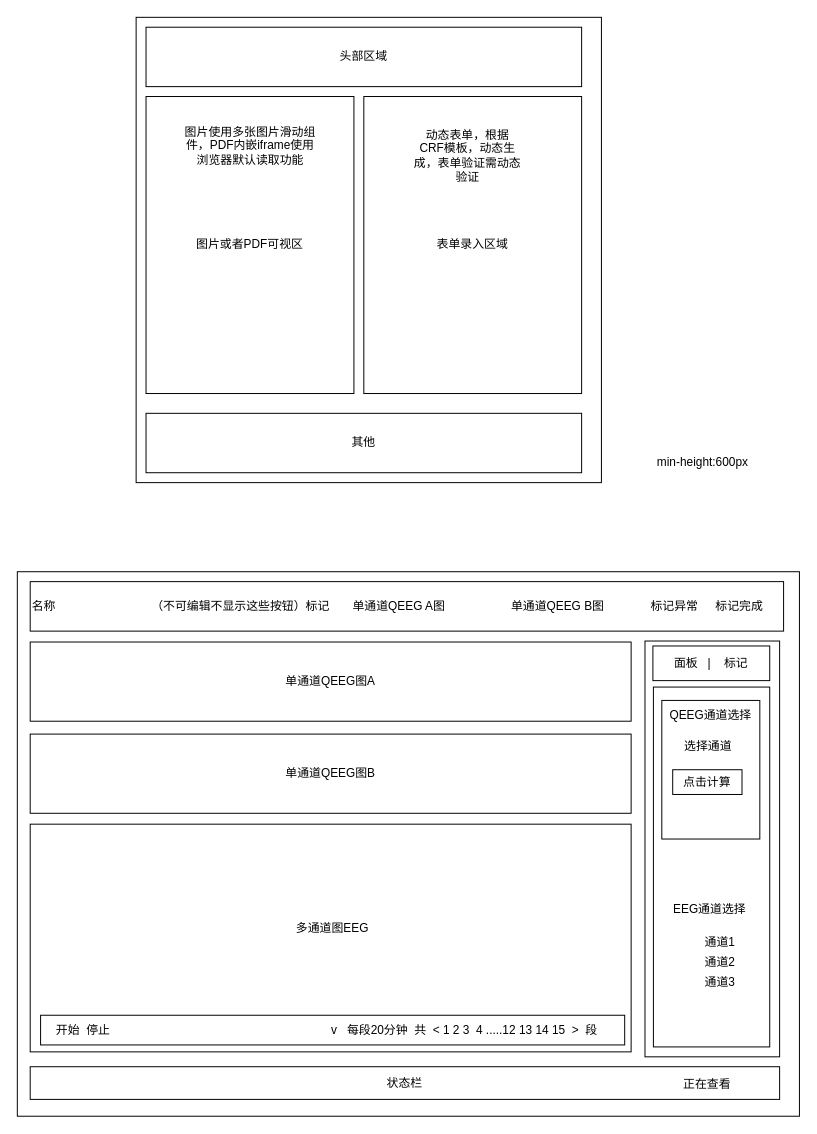
chenweihan/UML keeps this draw.io diagram as save/Untitled Diagram.drawio. Above is the earlier version. Source tidied: cells renumbered, new cells numbered last; positions are measured from the earlier drawing's top-left corner, leaving out a move shared by most shapes. Both pictures are drawn from the tidied source at 99%, with x=0, y=0 at pixel (17, 17).
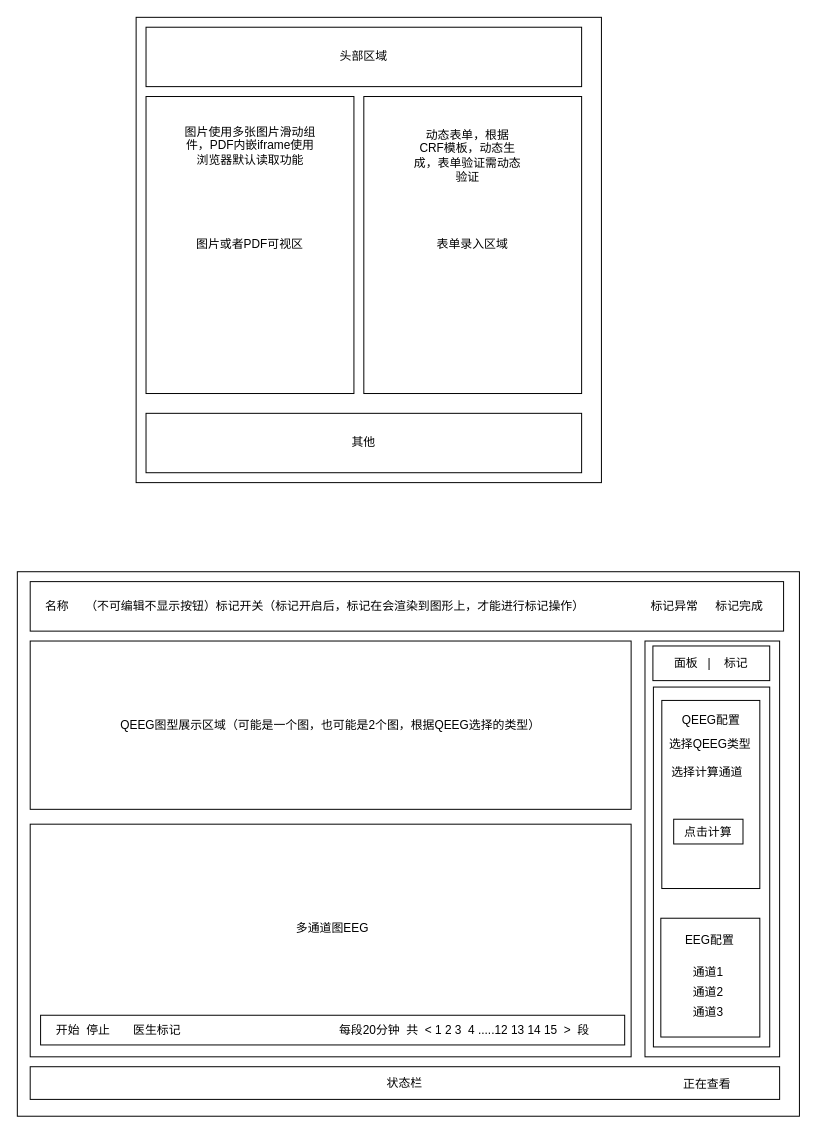
After the change.

The edit, as a diff of the source:
```diff
@@
     <mxCell id="10" style="rounded=0;whiteSpace=wrap;html=1;" parent="1" vertex="1">
-      <mxGeometry x="13" y="815" width="607" height="230" as="geometry" />
+      <mxGeometry x="13" y="815" width="607" height="235" as="geometry" />
     </mxCell>
@@
-    <mxCell id="12" value="单通道QEEG图A" style="rounded=0;whiteSpace=wrap;html=1;" parent="1" vertex="1">
-      <mxGeometry x="13" y="631" width="607" height="80" as="geometry" />
-    </mxCell>
-    <mxCell id="13" value="名称&amp;nbsp; &amp;nbsp; &amp;nbsp; &amp;nbsp; &amp;nbsp; &amp;nbsp; &amp;nbsp; &amp;nbsp; &amp;nbsp; &amp;nbsp; &amp;nbsp; &amp;nbsp; &amp;nbsp; &amp;nbsp; &amp;nbsp;（不可编辑不显示这些按钮）标记&amp;nbsp; &amp;nbsp; &amp;nbsp; &amp;nbsp;单通道QEEG A图&amp;nbsp; &amp;nbsp; &amp;nbsp; &amp;nbsp; &amp;nbsp; &amp;nbsp; &amp;nbsp; &amp;nbsp; &amp;nbsp; &amp;nbsp; 单通道QEEG B图&amp;nbsp;" style="rounded=0;whiteSpace=wrap;html=1;align=left;" parent="1" vertex="1">
+    <mxCell id="13" value="&amp;nbsp; &amp;nbsp; 名称&amp;nbsp; &amp;nbsp; &amp;nbsp;（不可编辑不显示按钮）标记开关（标记开启后，标记在会渲染到图形上，才能进行标记操作）&amp;nbsp; &amp;nbsp; &amp;nbsp; &amp;nbsp; &amp;nbsp; &amp;nbsp; &amp;nbsp; &amp;nbsp; &amp;nbsp; &amp;nbsp; &amp;nbsp;&amp;nbsp;" style="rounded=0;whiteSpace=wrap;html=1;align=left;" parent="1" vertex="1">
       <mxGeometry x="13" y="570" width="761" height="50" as="geometry" />
     </mxCell>
@@
-    <mxCell id="16" value="min-height:600px" style="text;html=1;strokeColor=none;fillColor=none;align=center;verticalAlign=middle;whiteSpace=wrap;rounded=0;" parent="1" vertex="1">
-      <mxGeometry x="634" y="430" width="117" height="40" as="geometry" />
-    </mxCell>
@@
-    <mxCell id="19" value="单通道QEEG图B" style="rounded=0;whiteSpace=wrap;html=1;" parent="1" vertex="1">
-      <mxGeometry x="13" y="724" width="607" height="80" as="geometry" />
-    </mxCell>
-    <mxCell id="20" value="&amp;nbsp; &amp;nbsp; 开始&amp;nbsp; 停止&amp;nbsp; &amp;nbsp; &amp;nbsp; &amp;nbsp; &amp;nbsp; &amp;nbsp; &amp;nbsp; &amp;nbsp; &amp;nbsp; &amp;nbsp; &amp;nbsp; &amp;nbsp; &amp;nbsp; &amp;nbsp; &amp;nbsp; &amp;nbsp; &amp;nbsp; &amp;nbsp; &amp;nbsp; &amp;nbsp; &amp;nbsp; &amp;nbsp; &amp;nbsp; &amp;nbsp; &amp;nbsp; &amp;nbsp; &amp;nbsp; &amp;nbsp; &amp;nbsp; &amp;nbsp; &amp;nbsp; &amp;nbsp; &amp;nbsp; &amp;nbsp;v&amp;nbsp; &amp;nbsp;每段20分钟&amp;nbsp; 共&amp;nbsp; &amp;lt; 1 2 3&amp;nbsp; 4 .....12 13 14 15&amp;nbsp; &amp;gt;&amp;nbsp; 段" style="rounded=0;whiteSpace=wrap;html=1;align=left;" parent="1" vertex="1">
+    <mxCell id="20" value="&amp;nbsp; &amp;nbsp; 开始&amp;nbsp; 停止&amp;nbsp; &amp;nbsp; &amp;nbsp; &amp;nbsp;医生标记&amp;nbsp; &amp;nbsp; &amp;nbsp; &amp;nbsp; &amp;nbsp; &amp;nbsp; &amp;nbsp; &amp;nbsp; &amp;nbsp; &amp;nbsp; &amp;nbsp; &amp;nbsp; &amp;nbsp; &amp;nbsp; &amp;nbsp; &amp;nbsp; &amp;nbsp; &amp;nbsp; &amp;nbsp; &amp;nbsp; &amp;nbsp; &amp;nbsp; &amp;nbsp; &amp;nbsp; 每段20分钟&amp;nbsp; 共&amp;nbsp; &amp;lt; 1 2 3&amp;nbsp; 4 .....12 13 14 15&amp;nbsp; &amp;gt;&amp;nbsp; 段" style="rounded=0;whiteSpace=wrap;html=1;align=left;" parent="1" vertex="1">
       <mxGeometry x="23.5" y="1008" width="590" height="30" as="geometry" />
     </mxCell>
@@
     <mxCell id="24" style="rounded=0;whiteSpace=wrap;html=1;" parent="1" vertex="1">
-      <mxGeometry x="651" y="690" width="99" height="140" as="geometry" />
+      <mxGeometry x="651" y="690" width="99" height="190" as="geometry" />
     </mxCell>
-    <mxCell id="25" value="EEG通道选择" style="text;html=1;strokeColor=none;fillColor=none;align=center;verticalAlign=middle;whiteSpace=wrap;rounded=0;" parent="1" vertex="1">
-      <mxGeometry x="652.5" y="893" width="92.5" height="15" as="geometry" />
-    </mxCell>
-    <mxCell id="26" value="QEEG通道选择" style="text;html=1;strokeColor=none;fillColor=none;align=center;verticalAlign=middle;whiteSpace=wrap;rounded=0;" parent="1" vertex="1">
-      <mxGeometry x="656" y="700" width="89" height="10" as="geometry" />
+    <mxCell id="26" value="QEEG配置" style="text;html=1;strokeColor=none;fillColor=none;align=center;verticalAlign=middle;whiteSpace=wrap;rounded=0;" parent="1" vertex="1">
+      <mxGeometry x="653.5" y="700" width="94" height="20" as="geometry" />
     </mxCell>
-    <mxCell id="27" value="选择通道" style="text;html=1;strokeColor=none;fillColor=none;align=center;verticalAlign=middle;whiteSpace=wrap;rounded=0;" parent="1" vertex="1">
-      <mxGeometry x="656" y="724" width="84" height="26" as="geometry" />
+    <mxCell id="27" value="选择计算通道" style="text;html=1;strokeColor=none;fillColor=none;align=center;verticalAlign=middle;whiteSpace=wrap;rounded=0;" parent="1" vertex="1">
+      <mxGeometry x="655" y="750" width="84" height="26" as="geometry" />
     </mxCell>
     <mxCell id="28" value="点击计算" style="rounded=0;whiteSpace=wrap;html=1;" parent="1" vertex="1">
-      <mxGeometry x="662" y="760" width="70" height="25" as="geometry" />
+      <mxGeometry x="663" y="810" width="70" height="25" as="geometry" />
     </mxCell>
+    <mxCell id="32" value="QEEG图型展示区域（可能是一个图，也可能是2个图，根据QEEG选择的类型）" style="rounded=0;whiteSpace=wrap;html=1;" parent="1" vertex="1">
+      <mxGeometry x="13" y="630" width="607" height="170" as="geometry" />
+    </mxCell>
+    <mxCell id="33" style="rounded=0;whiteSpace=wrap;html=1;" parent="1" vertex="1">
+      <mxGeometry x="650" y="910" width="100" height="120" as="geometry" />
+    </mxCell>
+    <mxCell id="25" value="EEG配置" style="text;html=1;strokeColor=none;fillColor=none;align=center;verticalAlign=middle;whiteSpace=wrap;rounded=0;" parent="1" vertex="1">
+      <mxGeometry x="652.5" y="925" width="92.5" height="15" as="geometry" />
+    </mxCell>
     <mxCell id="29" value="通道1" style="text;html=1;strokeColor=none;fillColor=none;align=center;verticalAlign=middle;whiteSpace=wrap;rounded=0;" parent="1" vertex="1">
-      <mxGeometry x="680" y="920" width="60" height="30" as="geometry" />
+      <mxGeometry x="668" y="950" width="60" height="30" as="geometry" />
     </mxCell>
     <mxCell id="30" value="通道2" style="text;html=1;strokeColor=none;fillColor=none;align=center;verticalAlign=middle;whiteSpace=wrap;rounded=0;" parent="1" vertex="1">
-      <mxGeometry x="680" y="940" width="60" height="30" as="geometry" />
+      <mxGeometry x="668" y="970" width="60" height="30" as="geometry" />
     </mxCell>
     <mxCell id="31" value="通道3" style="text;html=1;strokeColor=none;fillColor=none;align=center;verticalAlign=middle;whiteSpace=wrap;rounded=0;" parent="1" vertex="1">
-      <mxGeometry x="680" y="960" width="60" height="30" as="geometry" />
+      <mxGeometry x="668" y="990" width="60" height="30" as="geometry" />
     </mxCell>
+    <mxCell id="34" value="选择QEEG类型" style="text;html=1;strokeColor=none;fillColor=none;align=center;verticalAlign=middle;whiteSpace=wrap;rounded=0;" parent="1" vertex="1">
+      <mxGeometry x="655" y="720" width="90" height="30" as="geometry" />
+    </mxCell>
```
